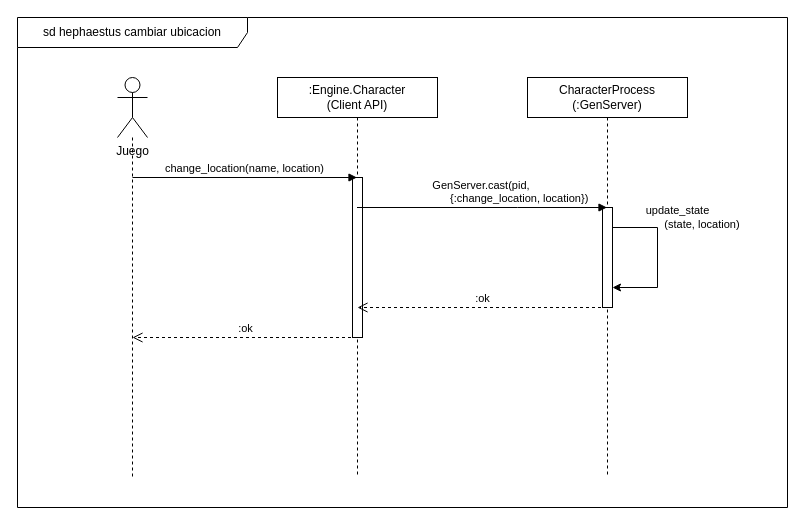
Earlier version of the draw.io diagram document/tex_files/mainmatter/chapter_5/images/design_engine/secuence_diagrams/change_location.drawio (ThAlsay/Hephaestus). Source tidied: cells renumbered, new cells numbered last; positions are measured from the earlier drawing's top-left corner, leaving out a move shared by most shapes. Both pictures are drawn from the tidied source at 100%, with x=0, y=0 at pixel (17, 17).
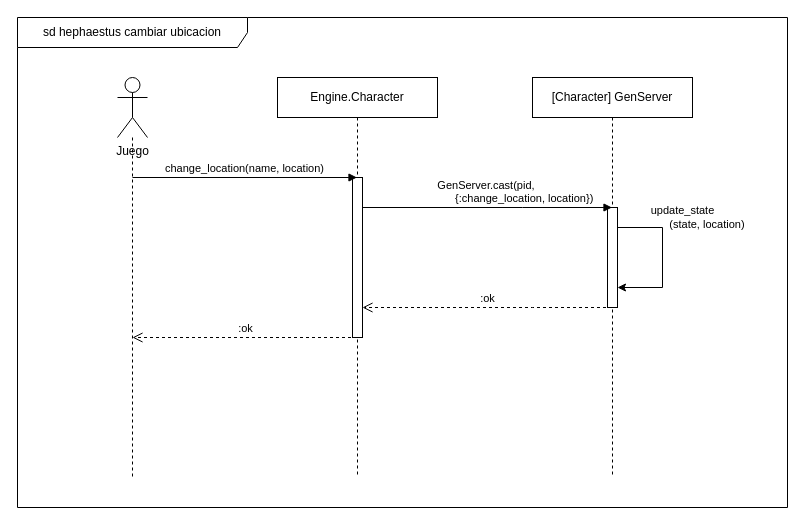
After the change.

Change to the diagram source:
```diff
@@
-    <mxCell id="4" value=":Engine.Character&#10;(Client API)" style="shape=umlLifeline;perimeter=lifelinePerimeter;whiteSpace=wrap;html=1;outlineConnect=0;" parent="1" vertex="1">
+    <mxCell id="4" value="Engine.Character" style="shape=umlLifeline;perimeter=lifelinePerimeter;whiteSpace=wrap;html=1;outlineConnect=0;" parent="1" vertex="1">
       <mxGeometry x="260" y="60" width="160" height="400" as="geometry" />
     </mxCell>
@@
-    <mxCell id="6" value="CharacterProcess&#10;(:GenServer)" style="shape=umlLifeline;perimeter=lifelinePerimeter;whiteSpace=wrap;html=1;outlineConnect=0;" parent="1" vertex="1">
-      <mxGeometry x="510" y="60" width="160" height="400" as="geometry" />
+    <mxCell id="6" value="[Character] GenServer" style="shape=umlLifeline;perimeter=lifelinePerimeter;whiteSpace=wrap;html=1;outlineConnect=0;" parent="1" vertex="1">
+      <mxGeometry x="515" y="60" width="160" height="400" as="geometry" />
     </mxCell>
@@
-    <mxCell id="10" value="GenServer.cast(pid,&amp;nbsp;&lt;div&gt;&lt;span style=&quot;white-space: pre;&quot;&gt;&#9;&lt;/span&gt;&lt;span style=&quot;white-space: pre;&quot;&gt;&#9;&lt;/span&gt;&lt;span style=&quot;white-space: pre;&quot;&gt;&#9;&lt;/span&gt;{:change_location, location})&lt;/div&gt;" style="html=1;verticalAlign=bottom;endArrow=block;edgeStyle=elbowEdgeStyle;elbow=vertical;curved=0;rounded=0;labelBackgroundColor=none;" parent="1" edge="1" source="4" target="6">
+    <mxCell id="10" value="GenServer.cast(pid,&amp;nbsp;&lt;div&gt;&lt;span style=&quot;white-space: pre;&quot;&gt;&#9;&lt;/span&gt;&lt;span style=&quot;white-space: pre;&quot;&gt;&#9;&lt;/span&gt;&lt;span style=&quot;white-space: pre;&quot;&gt;&#9;&lt;/span&gt;{:change_location, location})&lt;/div&gt;" style="html=1;verticalAlign=bottom;endArrow=block;edgeStyle=elbowEdgeStyle;elbow=vertical;curved=0;rounded=0;labelBackgroundColor=none;" parent="1" edge="1" target="6">
       <mxGeometry relative="1" as="geometry">
+        <mxPoint x="345" y="190" as="sourcePoint" />
         <Array as="points">
-          <mxPoint x="500" y="190" />
+          <mxPoint x="505" y="190" />
         </Array>
       </mxGeometry>
     </mxCell>
     <mxCell id="11" value=":ok" style="html=1;verticalAlign=bottom;endArrow=open;dashed=1;endSize=8;edgeStyle=elbowEdgeStyle;elbow=vertical;curved=0;rounded=0;" parent="1" edge="1">
       <mxGeometry relative="1" as="geometry">
-        <mxPoint x="589.5" y="290" as="sourcePoint" />
-        <mxPoint x="340" y="290" as="targetPoint" />
+        <mxPoint x="594.5" y="290" as="sourcePoint" />
+        <mxPoint x="345" y="290" as="targetPoint" />
         <Array as="points">
-          <mxPoint x="510" y="290" />
+          <mxPoint x="515" y="290" />
         </Array>
       </mxGeometry>
     </mxCell>
```
